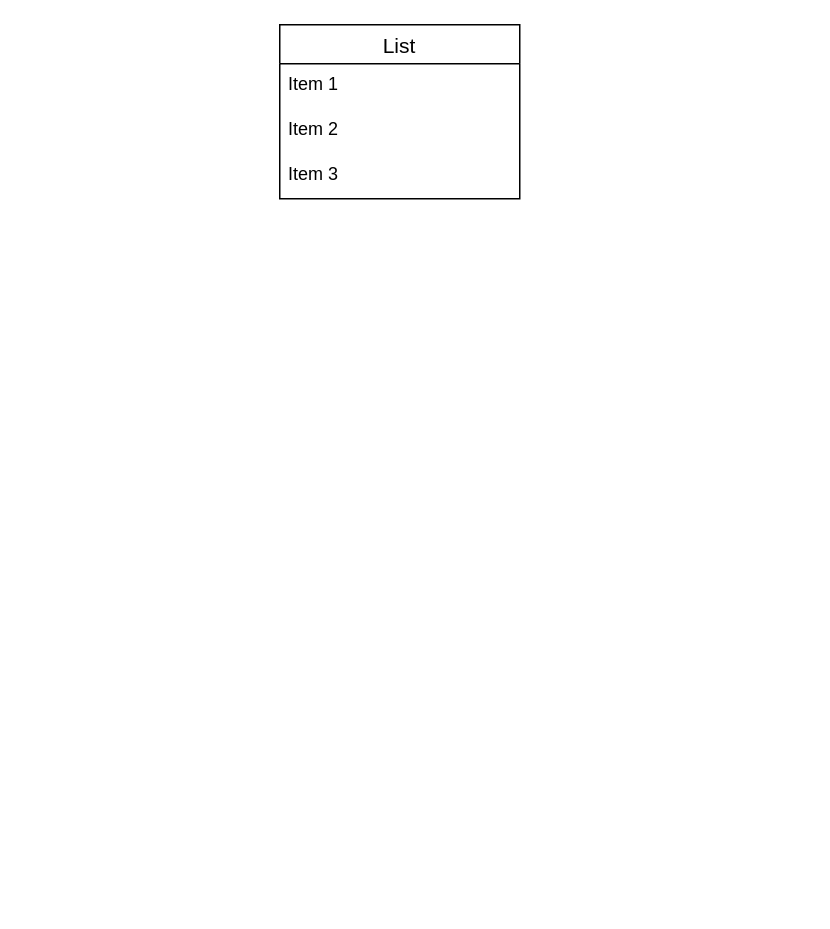
Earlier version of the draw.io diagram mallowER.dio (yuuukikiki/bagel_mallow). Source tidied: cells renumbered, new cells numbered last; positions are measured from the earlier drawing's top-left corner, leaving out a move shared by most shapes. Both pictures are drawn from the tidied source at 150%, with x=0, y=0 at pixel (279, 24).
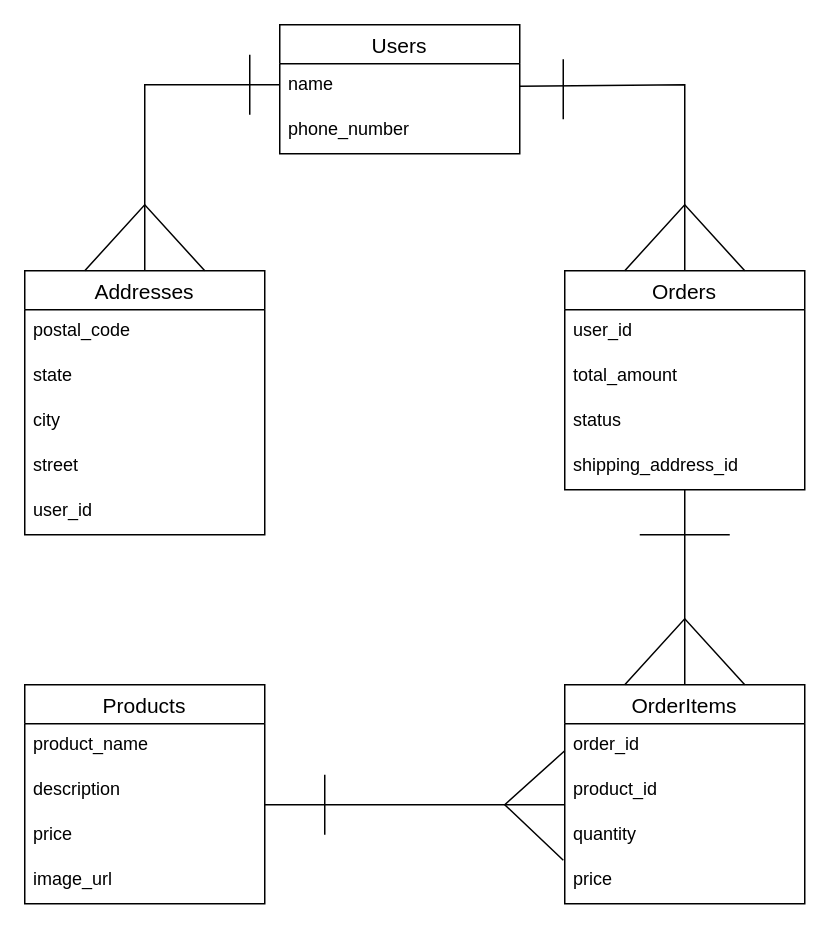
The same diagram, later.

Commit message:
画面遷移図

What changed in the source:
```diff
@@
-    <mxCell id="2" value="List" style="swimlane;fontStyle=0;horizontal=1;startSize=26;align=center;fontSize=14;" parent="1" vertex="1">
-      <mxGeometry width="160" height="116" as="geometry" />
+    <mxCell id="2" value="Users" style="swimlane;fontStyle=0;horizontal=1;startSize=26;align=center;fontSize=14;" parent="1" vertex="1">
+      <mxGeometry width="160" height="86" as="geometry" />
     </mxCell>
-    <mxCell id="3" value="Item 1" style="text;strokeColor=none;fillColor=none;spacingLeft=4;spacingRight=4;overflow=hidden;points=[[0,0.5],[1,0.5]];portConstraint=eastwest;fontSize=12;" parent="2" vertex="1">
+    <mxCell id="3" value="name" style="text;strokeColor=none;fillColor=none;spacingLeft=4;spacingRight=4;overflow=hidden;points=[[0,0.5],[1,0.5]];portConstraint=eastwest;fontSize=12;" parent="2" vertex="1">
       <mxGeometry y="26" width="160" height="30" as="geometry" />
     </mxCell>
-    <mxCell id="4" value="Item 2" style="text;strokeColor=none;fillColor=none;spacingLeft=4;spacingRight=4;overflow=hidden;fontSize=12;" parent="2" vertex="1">
+    <mxCell id="4" value="phone_number" style="text;strokeColor=none;fillColor=none;spacingLeft=4;spacingRight=4;overflow=hidden;fontSize=12;" parent="2" vertex="1">
       <mxGeometry y="56" width="160" height="30" as="geometry" />
     </mxCell>
-    <mxCell id="5" value="Item 3" style="text;strokeColor=none;fillColor=none;spacingLeft=4;spacingRight=4;overflow=hidden;fontSize=12;" parent="2" vertex="1">
-      <mxGeometry y="86" width="160" height="30" as="geometry" />
-    </mxCell>
+    <mxCell id="6" value="Products" style="swimlane;fontStyle=0;horizontal=1;startSize=26;align=center;fontSize=14;" parent="1" vertex="1">
+      <mxGeometry x="-170" y="440" width="160" height="146" as="geometry" />
+    </mxCell>
+    <mxCell id="7" value="product_name" style="text;strokeColor=none;fillColor=none;spacingLeft=4;spacingRight=4;overflow=hidden;fontSize=12;" parent="6" vertex="1">
+      <mxGeometry y="26" width="160" height="30" as="geometry" />
+    </mxCell>
+    <mxCell id="8" value="description" style="text;strokeColor=none;fillColor=none;spacingLeft=4;spacingRight=4;overflow=hidden;fontSize=12;" parent="6" vertex="1">
+      <mxGeometry y="56" width="160" height="30" as="geometry" />
+    </mxCell>
+    <mxCell id="9" value="price" style="text;strokeColor=none;fillColor=none;spacingLeft=4;spacingRight=4;overflow=hidden;fontSize=12;" parent="6" vertex="1">
+      <mxGeometry y="86" width="160" height="30" as="geometry" />
+    </mxCell>
+    <mxCell id="10" value="image_url" style="text;strokeColor=none;fillColor=none;spacingLeft=4;spacingRight=4;overflow=hidden;fontSize=12;" parent="6" vertex="1">
+      <mxGeometry y="116" width="160" height="30" as="geometry" />
+    </mxCell>
+    <mxCell id="11" value="Addresses" style="swimlane;fontStyle=0;horizontal=1;startSize=26;align=center;fontSize=14;" parent="1" vertex="1">
+      <mxGeometry x="-170" y="164" width="160" height="176" as="geometry" />
+    </mxCell>
+    <mxCell id="12" value="postal_code" style="text;strokeColor=none;fillColor=none;spacingLeft=4;spacingRight=4;overflow=hidden;fontSize=12;" parent="11" vertex="1">
+      <mxGeometry y="26" width="160" height="30" as="geometry" />
+    </mxCell>
+    <mxCell id="13" value="state" style="text;strokeColor=none;fillColor=none;spacingLeft=4;spacingRight=4;overflow=hidden;fontSize=12;" parent="11" vertex="1">
+      <mxGeometry y="56" width="160" height="30" as="geometry" />
+    </mxCell>
+    <mxCell id="14" value="city" style="text;strokeColor=none;fillColor=none;spacingLeft=4;spacingRight=4;overflow=hidden;fontSize=12;" parent="11" vertex="1">
+      <mxGeometry y="86" width="160" height="30" as="geometry" />
+    </mxCell>
+    <mxCell id="15" value="street" style="text;strokeColor=none;fillColor=none;spacingLeft=4;spacingRight=4;overflow=hidden;fontSize=12;" parent="11" vertex="1">
+      <mxGeometry y="116" width="160" height="30" as="geometry" />
+    </mxCell>
+    <mxCell id="16" value="user_id" style="text;strokeColor=none;fillColor=none;spacingLeft=4;spacingRight=4;overflow=hidden;fontSize=12;" parent="11" vertex="1">
+      <mxGeometry y="146" width="160" height="30" as="geometry" />
+    </mxCell>
+    <mxCell id="17" value="Orders" style="swimlane;fontStyle=0;horizontal=1;startSize=26;align=center;fontSize=14;" parent="1" vertex="1">
+      <mxGeometry x="190" y="164" width="160" height="146" as="geometry" />
+    </mxCell>
+    <mxCell id="18" value="user_id" style="text;strokeColor=none;fillColor=none;spacingLeft=4;spacingRight=4;overflow=hidden;fontSize=12;" parent="17" vertex="1">
+      <mxGeometry y="26" width="160" height="30" as="geometry" />
+    </mxCell>
+    <mxCell id="19" value="total_amount" style="text;strokeColor=none;fillColor=none;spacingLeft=4;spacingRight=4;overflow=hidden;fontSize=12;" parent="17" vertex="1">
+      <mxGeometry y="56" width="160" height="30" as="geometry" />
+    </mxCell>
+    <mxCell id="20" value="status" style="text;strokeColor=none;fillColor=none;spacingLeft=4;spacingRight=4;overflow=hidden;fontSize=12;" parent="17" vertex="1">
+      <mxGeometry y="86" width="160" height="30" as="geometry" />
+    </mxCell>
+    <mxCell id="21" value="shipping_address_id" style="text;strokeColor=none;fillColor=none;spacingLeft=4;spacingRight=4;overflow=hidden;fontSize=12;" parent="17" vertex="1">
+      <mxGeometry y="116" width="160" height="30" as="geometry" />
+    </mxCell>
+    <mxCell id="22" value="OrderItems" style="swimlane;fontStyle=0;horizontal=1;startSize=26;align=center;fontSize=14;" parent="1" vertex="1">
+      <mxGeometry x="190" y="440" width="160" height="146" as="geometry" />
+    </mxCell>
+    <mxCell id="23" value="order_id" style="text;strokeColor=none;fillColor=none;spacingLeft=4;spacingRight=4;overflow=hidden;fontSize=12;" parent="22" vertex="1">
+      <mxGeometry y="26" width="160" height="30" as="geometry" />
+    </mxCell>
+    <mxCell id="24" value="product_id" style="text;strokeColor=none;fillColor=none;spacingLeft=4;spacingRight=4;overflow=hidden;points=[[0,0.5],[1,0.5]];portConstraint=eastwest;fontSize=12;" parent="22" vertex="1">
+      <mxGeometry y="56" width="160" height="30" as="geometry" />
+    </mxCell>
+    <mxCell id="25" value="quantity" style="text;strokeColor=none;fillColor=none;spacingLeft=4;spacingRight=4;overflow=hidden;points=[[0,0.5],[1,0.5]];portConstraint=eastwest;fontSize=12;" parent="22" vertex="1">
+      <mxGeometry y="86" width="160" height="30" as="geometry" />
+    </mxCell>
+    <mxCell id="26" value="price" style="text;strokeColor=none;fillColor=none;spacingLeft=4;spacingRight=4;overflow=hidden;fontSize=12;" parent="22" vertex="1">
+      <mxGeometry y="116" width="160" height="30" as="geometry" />
+    </mxCell>
+    <mxCell id="27" style="endArrow=none;html=1;rounded=0;exitX=0.5;exitY=0;exitDx=0;exitDy=0;startArrow=none;startFill=0;endFill=0;" parent="1" edge="1" source="11">
+      <mxGeometry relative="1" as="geometry">
+        <mxPoint y="40" as="targetPoint" />
+        <Array as="points">
+          <mxPoint x="-90" y="40" />
+        </Array>
+      </mxGeometry>
+    </mxCell>
+    <mxCell id="28" style="endArrow=none;html=1;rounded=0;strokeWidth=1;" parent="1" edge="1">
+      <mxGeometry relative="1" as="geometry">
+        <mxPoint x="-20" y="60" as="sourcePoint" />
+        <mxPoint x="-20" y="20" as="targetPoint" />
+      </mxGeometry>
+    </mxCell>
+    <mxCell id="29" style="endArrow=none;html=1;rounded=0;strokeWidth=1;entryX=0.75;entryY=0;entryDx=0;entryDy=0;exitX=0.25;exitY=0;exitDx=0;exitDy=0;" parent="1" edge="1" source="11" target="11">
+      <mxGeometry relative="1" as="geometry">
+        <Array as="points">
+          <mxPoint x="-90" y="120" />
+        </Array>
+      </mxGeometry>
+    </mxCell>
+    <mxCell id="30" style="endArrow=none;html=1;rounded=0;exitX=1;exitY=0.5;exitDx=0;exitDy=0;startArrow=none;startFill=0;endFill=0;entryX=0.5;entryY=0;entryDx=0;entryDy=0;" parent="1" edge="1" source="3" target="17">
+      <mxGeometry relative="1" as="geometry">
+        <Array as="points">
+          <mxPoint x="270" y="40" />
+        </Array>
+      </mxGeometry>
+    </mxCell>
+    <mxCell id="31" style="endArrow=none;html=1;rounded=0;strokeWidth=1;" parent="1" edge="1">
+      <mxGeometry relative="1" as="geometry">
+        <mxPoint x="189" y="63" as="sourcePoint" />
+        <mxPoint x="189" y="23" as="targetPoint" />
+      </mxGeometry>
+    </mxCell>
+    <mxCell id="32" style="endArrow=none;html=1;rounded=0;strokeWidth=1;entryX=0.75;entryY=0;entryDx=0;entryDy=0;exitX=0.25;exitY=0;exitDx=0;exitDy=0;" parent="1" edge="1">
+      <mxGeometry relative="1" as="geometry">
+        <mxPoint x="230" y="164" as="sourcePoint" />
+        <mxPoint x="310" y="164" as="targetPoint" />
+        <Array as="points">
+          <mxPoint x="270" y="120" />
+        </Array>
+      </mxGeometry>
+    </mxCell>
+    <mxCell id="33" style="endArrow=none;html=1;rounded=0;startArrow=none;startFill=0;endFill=0;entryX=0.5;entryY=0;entryDx=0;entryDy=0;" parent="1" edge="1">
+      <mxGeometry relative="1" as="geometry">
+        <mxPoint x="270" y="310" as="sourcePoint" />
+        <mxPoint x="270" y="440" as="targetPoint" />
+      </mxGeometry>
+    </mxCell>
+    <mxCell id="34" style="endArrow=none;html=1;rounded=0;strokeWidth=1;entryX=0.75;entryY=0;entryDx=0;entryDy=0;exitX=0.25;exitY=0;exitDx=0;exitDy=0;" parent="1" edge="1">
+      <mxGeometry relative="1" as="geometry">
+        <mxPoint x="230" y="440" as="sourcePoint" />
+        <mxPoint x="310" y="440" as="targetPoint" />
+        <Array as="points">
+          <mxPoint x="270" y="396" />
+        </Array>
+      </mxGeometry>
+    </mxCell>
+    <mxCell id="35" style="endArrow=none;html=1;rounded=0;strokeWidth=1;" parent="1" edge="1">
+      <mxGeometry relative="1" as="geometry">
+        <mxPoint x="300" y="340" as="sourcePoint" />
+        <mxPoint x="240" y="340" as="targetPoint" />
+      </mxGeometry>
+    </mxCell>
+    <mxCell id="36" style="endArrow=none;html=1;rounded=0;startArrow=none;startFill=0;endFill=0;entryX=0;entryY=0.8;entryDx=0;entryDy=0;entryPerimeter=0;" parent="1" edge="1" target="24">
+      <mxGeometry relative="1" as="geometry">
+        <mxPoint x="-10" y="520" as="sourcePoint" />
+      </mxGeometry>
+    </mxCell>
+    <mxCell id="37" style="endArrow=none;html=1;rounded=0;strokeWidth=1;entryX=0.75;entryY=0;entryDx=0;entryDy=0;exitX=-0.006;exitY=1.033;exitDx=0;exitDy=0;exitPerimeter=0;" parent="1" edge="1" source="25">
+      <mxGeometry relative="1" as="geometry">
+        <mxPoint x="190" y="484" as="targetPoint" />
+        <Array as="points">
+          <mxPoint x="150" y="520" />
+        </Array>
+      </mxGeometry>
+    </mxCell>
+    <mxCell id="38" style="endArrow=none;html=1;rounded=0;strokeWidth=1;" parent="1" edge="1">
+      <mxGeometry relative="1" as="geometry">
+        <mxPoint x="30" y="540" as="sourcePoint" />
+        <mxPoint x="30" y="500" as="targetPoint" />
+      </mxGeometry>
+    </mxCell>
```
